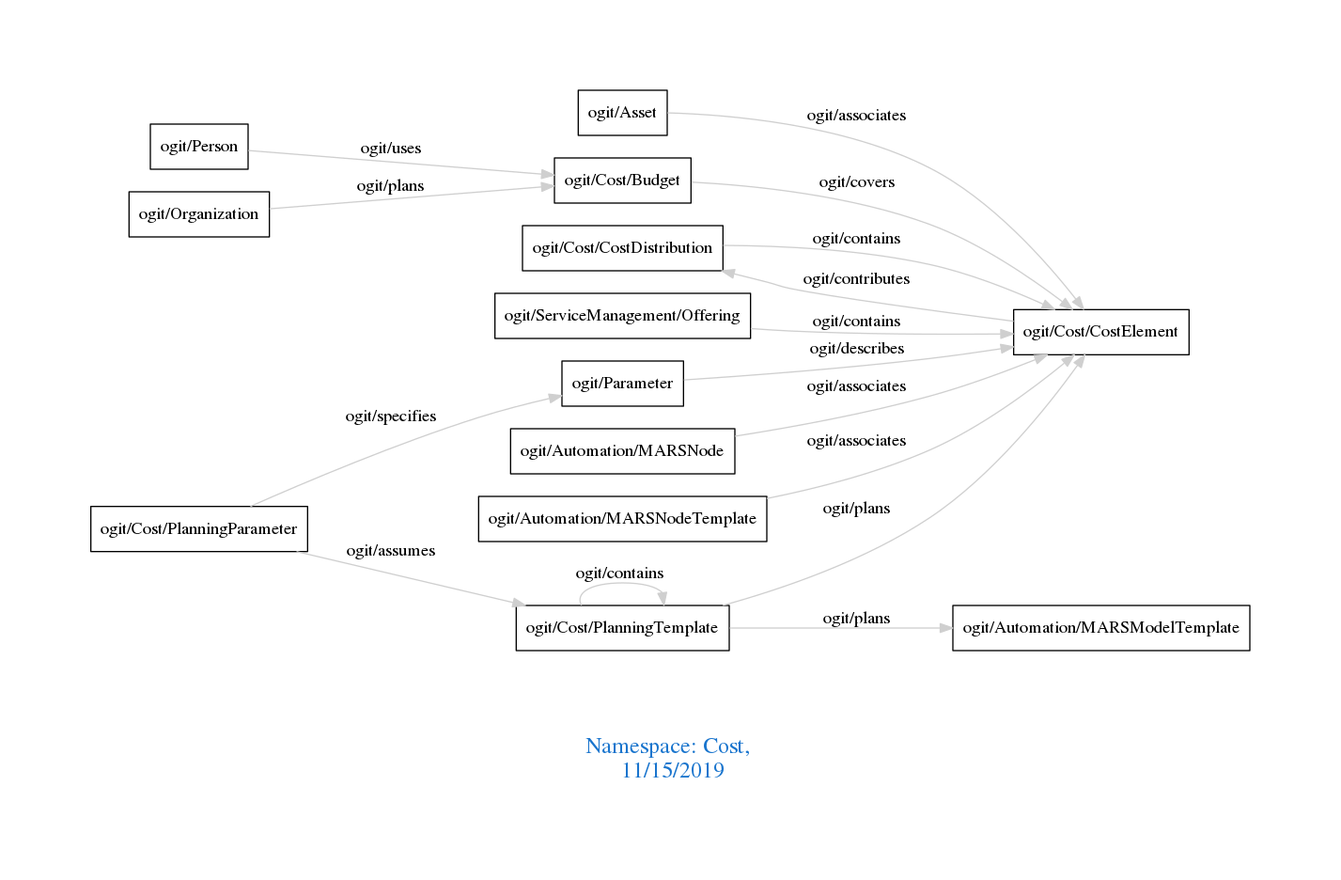
Before: downloads/Cost.png, a diagram exported from Graphviz (arago/OGIT). Its source is kept beside it as downloads/Cost.dot.
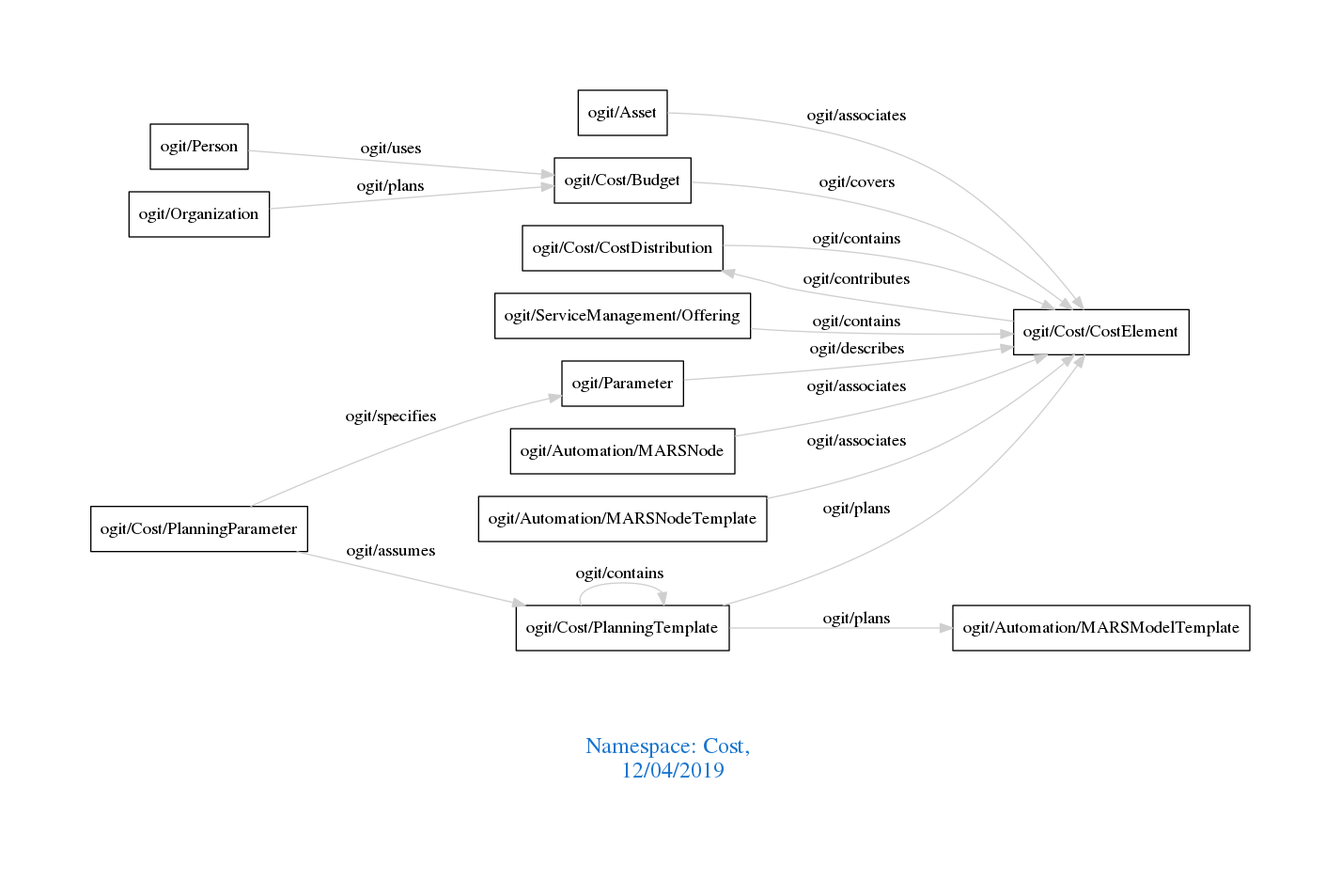
Above is the later version.

What changed in the source:
```diff
@@ -1,7 +1,7 @@
 digraph OGIT_ontology {
  graph [ rankdir= LR,pad=1
 fontsize = 18,
-fontcolor= dodgerblue3,label = "\n\n\nNamespace: Cost, \n 11/15/2019"];
+fontcolor= dodgerblue3,label = "\n\n\nNamespace: Cost, \n 12/04/2019"];
 node[shape=polygon];
 edge [  color="gray81"];
 
```
